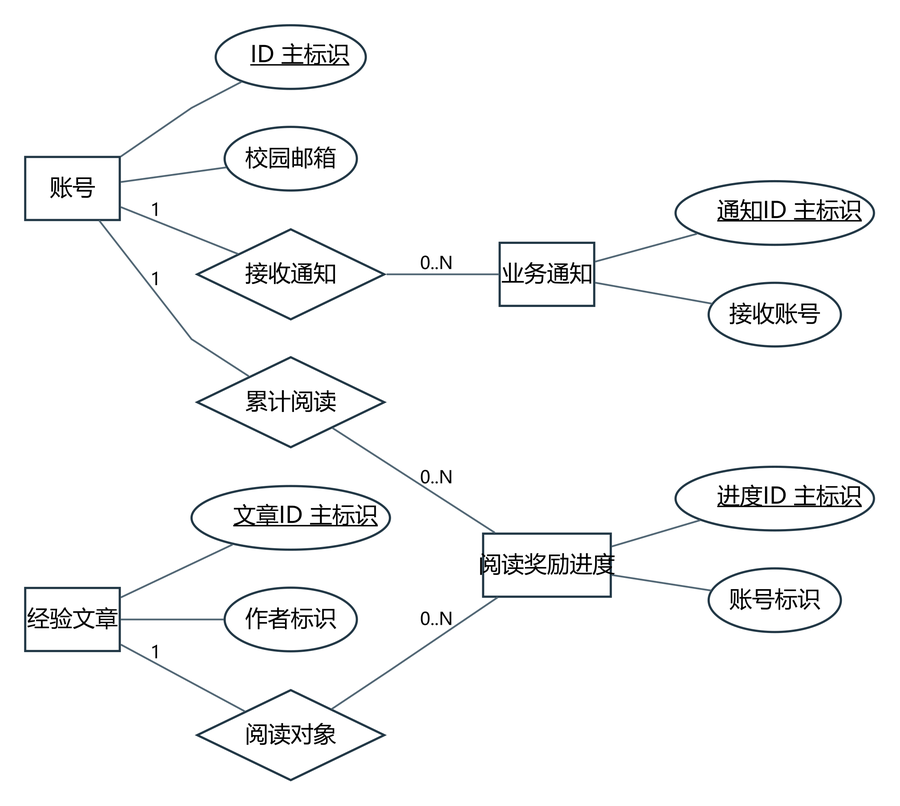
Above: docs/project/models/图表与模型/ER07.png in jason-bitc/HZCU-CampusHub (Graphviz), before the change. Its source is kept beside it as docs/project/models/图表与模型/ER07.dot. Source of this version:
```dot
digraph G {
graph [rankdir=LR,nodesep=0.30,ranksep=0.48,bgcolor="white",splines=polyline,pad=0.20];
node [fontname="Microsoft YaHei",fontsize=13,color="#223846",penwidth=1.25,margin="0.10,0.07",style="rounded,filled",fillcolor="#F6F8FA"];
edge [fontname="Microsoft YaHei",fontsize=10,color="#526775",arrowsize=0.7];
"Account" [shape=box,label="账号",style="filled",fillcolor="white"];
"Article" [shape=box,label="经验文章",style="filled",fillcolor="white"];
"Notification" [shape=box,label="业务通知",style="filled",fillcolor="white"];
"ReadProgress" [shape=box,label="阅读奖励进度",style="filled",fillcolor="white"];
"Account_a0" [shape=ellipse,label=<<U>ID 主标识</U>>,style="filled",fillcolor="white"];
"Account_a1" [shape=ellipse,label="校园邮箱",style="filled",fillcolor="white"];
"Article_a0" [shape=ellipse,label=<<U>文章ID 主标识</U>>,style="filled",fillcolor="white"];
"Article_a1" [shape=ellipse,label="作者标识",style="filled",fillcolor="white"];
"Notification_a0" [shape=ellipse,label=<<U>通知ID 主标识</U>>,style="filled",fillcolor="white"];
"Notification_a1" [shape=ellipse,label="接收账号",style="filled",fillcolor="white"];
"ReadProgress_a0" [shape=ellipse,label=<<U>进度ID 主标识</U>>,style="filled",fillcolor="white"];
"ReadProgress_a1" [shape=ellipse,label="账号标识",style="filled",fillcolor="white"];
"rel25" [shape=diamond,label="接收通知",style="filled",fillcolor="white"];
"rel26" [shape=diamond,label="累计阅读",style="filled",fillcolor="white"];
"rel27" [shape=diamond,label="阅读对象",style="filled",fillcolor="white"];
"Account" -> "Account_a0" [label="",dir=none];
"Account" -> "Account_a1" [label="",dir=none];
"Article" -> "Article_a0" [label="",dir=none];
"Article" -> "Article_a1" [label="",dir=none];
"Notification" -> "Notification_a0" [label="",dir=none];
"Notification" -> "Notification_a1" [label="",dir=none];
"ReadProgress" -> "ReadProgress_a0" [label="",dir=none];
"ReadProgress" -> "ReadProgress_a1" [label="",dir=none];
"Account" -> "rel25" [label="1",dir=none];
"rel25" -> "Notification" [label="0..N",dir=none];
"Account" -> "rel26" [label="1",dir=none];
"rel26" -> "ReadProgress" [label="0..N",dir=none];
"Article" -> "rel27" [label="1",dir=none];
"rel27" -> "ReadProgress" [label="0..N",dir=none];
}
```
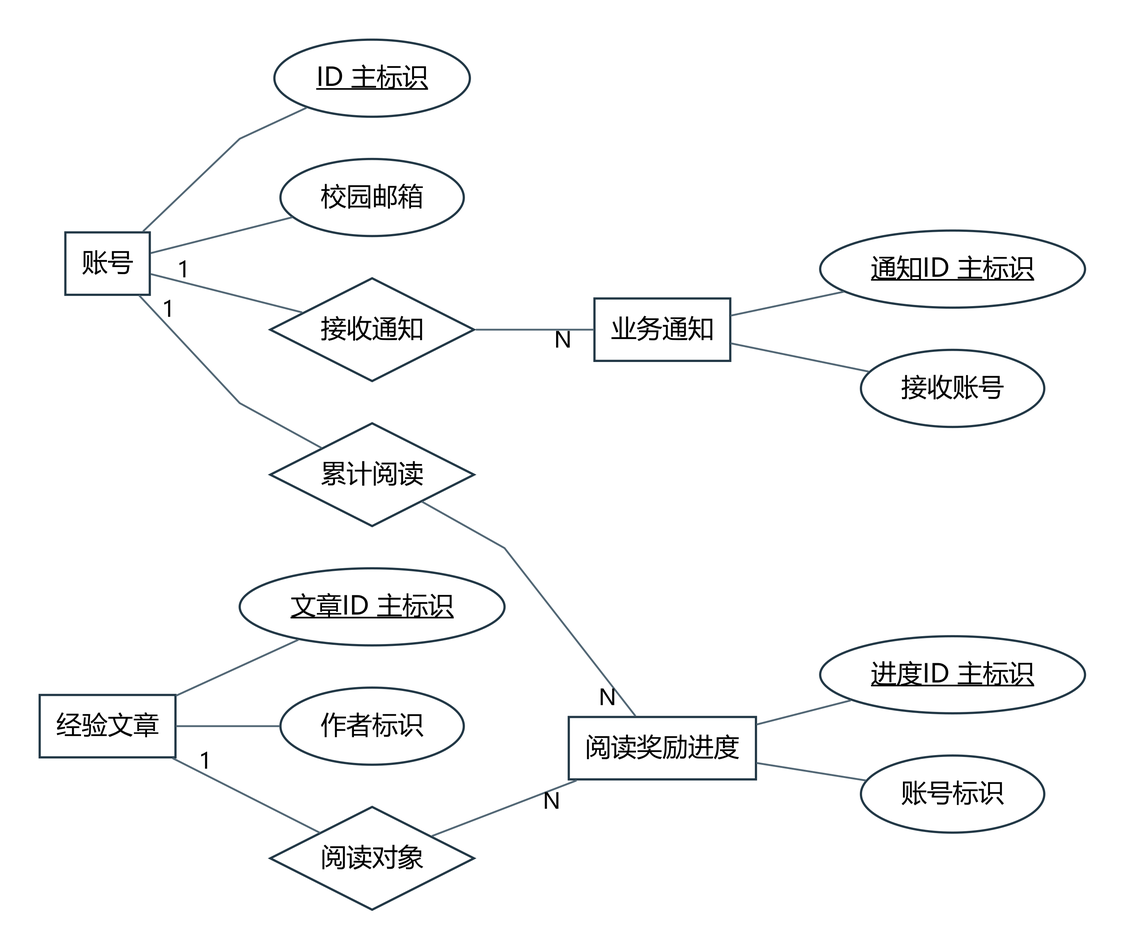
After the commit.

Diff of the diagram source:
```diff
@@ -1,34 +1,34 @@
 digraph G {
-graph [rankdir=LR,nodesep=0.30,ranksep=0.48,bgcolor="white",splines=polyline,pad=0.20];
-node [fontname="Microsoft YaHei",fontsize=13,color="#223846",penwidth=1.25,margin="0.10,0.07",style="rounded,filled",fillcolor="#F6F8FA"];
-edge [fontname="Microsoft YaHei",fontsize=10,color="#526775",arrowsize=0.7];
-"Account" [shape=box,label="账号",style="filled",fillcolor="white"];
-"Article" [shape=box,label="经验文章",style="filled",fillcolor="white"];
-"Notification" [shape=box,label="业务通知",style="filled",fillcolor="white"];
-"ReadProgress" [shape=box,label="阅读奖励进度",style="filled",fillcolor="white"];
-"Account_a0" [shape=ellipse,label=<<U>ID 主标识</U>>,style="filled",fillcolor="white"];
-"Account_a1" [shape=ellipse,label="校园邮箱",style="filled",fillcolor="white"];
-"Article_a0" [shape=ellipse,label=<<U>文章ID 主标识</U>>,style="filled",fillcolor="white"];
-"Article_a1" [shape=ellipse,label="作者标识",style="filled",fillcolor="white"];
-"Notification_a0" [shape=ellipse,label=<<U>通知ID 主标识</U>>,style="filled",fillcolor="white"];
-"Notification_a1" [shape=ellipse,label="接收账号",style="filled",fillcolor="white"];
-"ReadProgress_a0" [shape=ellipse,label=<<U>进度ID 主标识</U>>,style="filled",fillcolor="white"];
-"ReadProgress_a1" [shape=ellipse,label="账号标识",style="filled",fillcolor="white"];
-"rel25" [shape=diamond,label="接收通知",style="filled",fillcolor="white"];
-"rel26" [shape=diamond,label="累计阅读",style="filled",fillcolor="white"];
-"rel27" [shape=diamond,label="阅读对象",style="filled",fillcolor="white"];
-"Account" -> "Account_a0" [label="",dir=none];
-"Account" -> "Account_a1" [label="",dir=none];
-"Article" -> "Article_a0" [label="",dir=none];
-"Article" -> "Article_a1" [label="",dir=none];
-"Notification" -> "Notification_a0" [label="",dir=none];
-"Notification" -> "Notification_a1" [label="",dir=none];
-"ReadProgress" -> "ReadProgress_a0" [label="",dir=none];
-"ReadProgress" -> "ReadProgress_a1" [label="",dir=none];
-"Account" -> "rel25" [label="1",dir=none];
-"rel25" -> "Notification" [label="0..N",dir=none];
-"Account" -> "rel26" [label="1",dir=none];
-"rel26" -> "ReadProgress" [label="0..N",dir=none];
-"Article" -> "rel27" [label="1",dir=none];
-"rel27" -> "ReadProgress" [label="0..N",dir=none];
+graph [rankdir=LR,nodesep=0.32,ranksep=0.48,bgcolor="white",splines=polyline,pad=0.30];
+node [fontname="Microsoft YaHei",fontsize=14,color="#223846",penwidth=1.2,margin="0.10,0.08",style="filled",fillcolor="white"];
+edge [fontname="Microsoft YaHei",fontsize=12,color="#526775",dir=none];
+"Account" [shape=box,label="账号",width=0.6389,height=0.4722];
+"Article" [shape=box,label="经验文章",width=1.0278,height=0.4722];
+"Notification" [shape=box,label="业务通知",width=1.0278,height=0.4722];
+"ReadProgress" [shape=box,label="阅读奖励进度",width=1.4167,height=0.4722];
+"Account_a0" [shape=ellipse,label="ID 主标识",width=1.4794,height=0.5833];
+"Account_a1" [shape=ellipse,label="校园邮箱",width=1.3875,height=0.5833];
+"Article_a0" [shape=ellipse,label="文章ID 主标识",width=2.0044,height=0.5833];
+"Article_a1" [shape=ellipse,label="作者标识",width=1.3875,height=0.5833];
+"Notification_a0" [shape=ellipse,label="通知ID 主标识",width=2.0044,height=0.5833];
+"Notification_a1" [shape=ellipse,label="接收账号",width=1.3875,height=0.5833];
+"ReadProgress_a0" [shape=ellipse,label="进度ID 主标识",width=2.0044,height=0.5833];
+"ReadProgress_a1" [shape=ellipse,label="账号标识",width=1.3875,height=0.5833];
+"rel25" [shape=diamond,label="接收通知",width=1.5417,height=0.7778];
+"rel26" [shape=diamond,label="累计阅读",width=1.5417,height=0.7778];
+"rel27" [shape=diamond,label="阅读对象",width=1.5417,height=0.7778];
+"Account" -> "Account_a0" [label="",labeldistance=1.8,labelangle=20,dir=none];
+"Account" -> "Account_a1" [label="",labeldistance=1.8,labelangle=20,dir=none];
+"Article" -> "Article_a0" [label="",labeldistance=1.8,labelangle=20,dir=none];
+"Article" -> "Article_a1" [label="",labeldistance=1.8,labelangle=20,dir=none];
+"Notification" -> "Notification_a0" [label="",labeldistance=1.8,labelangle=20,dir=none];
+"Notification" -> "Notification_a1" [label="",labeldistance=1.8,labelangle=20,dir=none];
+"ReadProgress" -> "ReadProgress_a0" [label="",labeldistance=1.8,labelangle=20,dir=none];
+"ReadProgress" -> "ReadProgress_a1" [label="",labeldistance=1.8,labelangle=20,dir=none];
+"Account" -> "rel25" [taillabel="1",labeldistance=1.8,labelangle=20,dir=none];
+"rel25" -> "Notification" [headlabel="N",labeldistance=1.8,labelangle=20,dir=none];
+"Account" -> "rel26" [taillabel="1",labeldistance=1.8,labelangle=20,dir=none];
+"rel26" -> "ReadProgress" [headlabel="N",labeldistance=1.8,labelangle=20,dir=none];
+"Article" -> "rel27" [taillabel="1",labeldistance=1.8,labelangle=20,dir=none];
+"rel27" -> "ReadProgress" [headlabel="N",labeldistance=1.8,labelangle=20,dir=none];
 }
```
